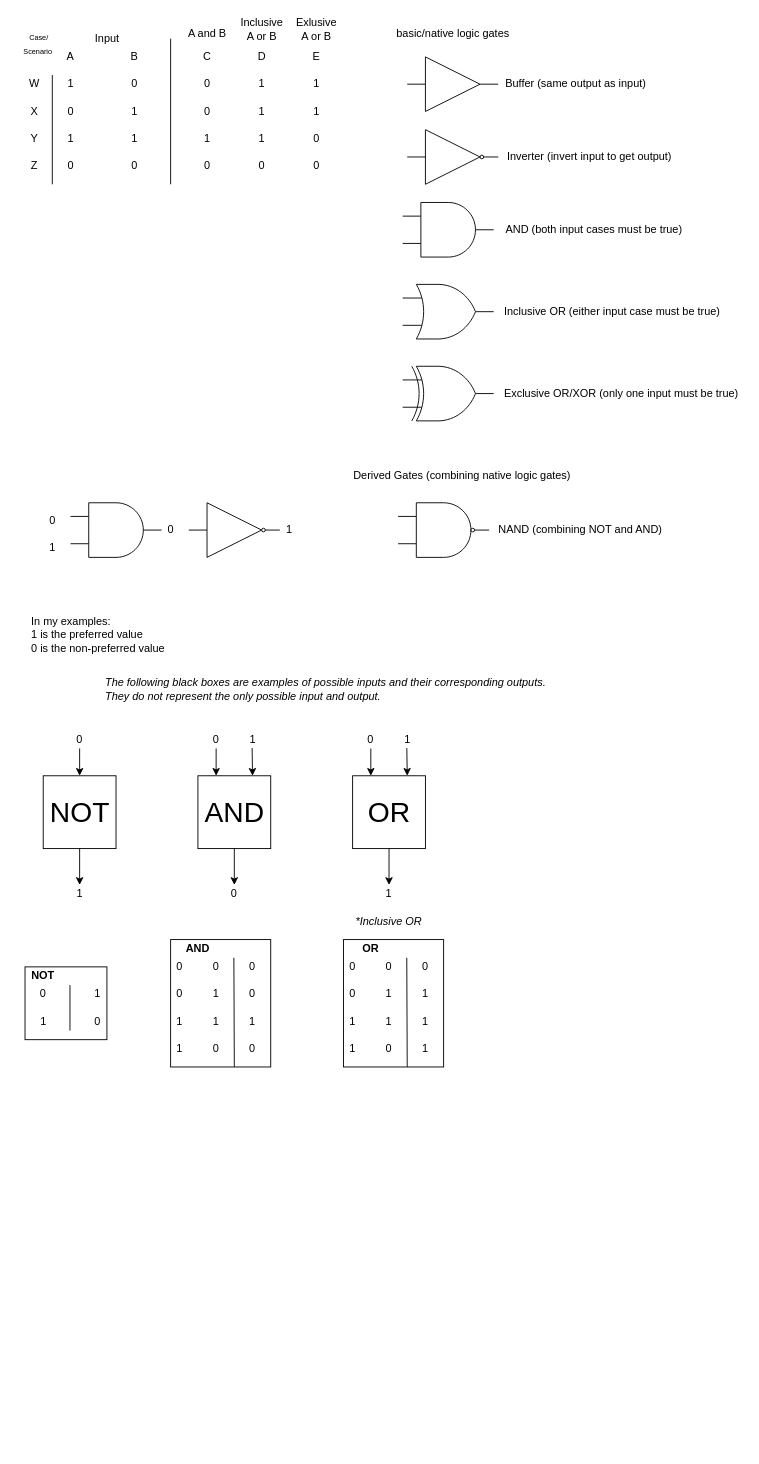
Earlier version of the draw.io diagram page "Truth Tables and Black Boxes" (1 of 2) of CSCS1200 Notes.drawio (patrick965/CSCS1200S21). Source tidied: cells renumbered, new cells numbered last; positions are measured from the earlier drawing's top-left corner, leaving out a move shared by most shapes. Both pictures are drawn from the tidied source at 91%, with x=0, y=0 at pixel (15, 15).
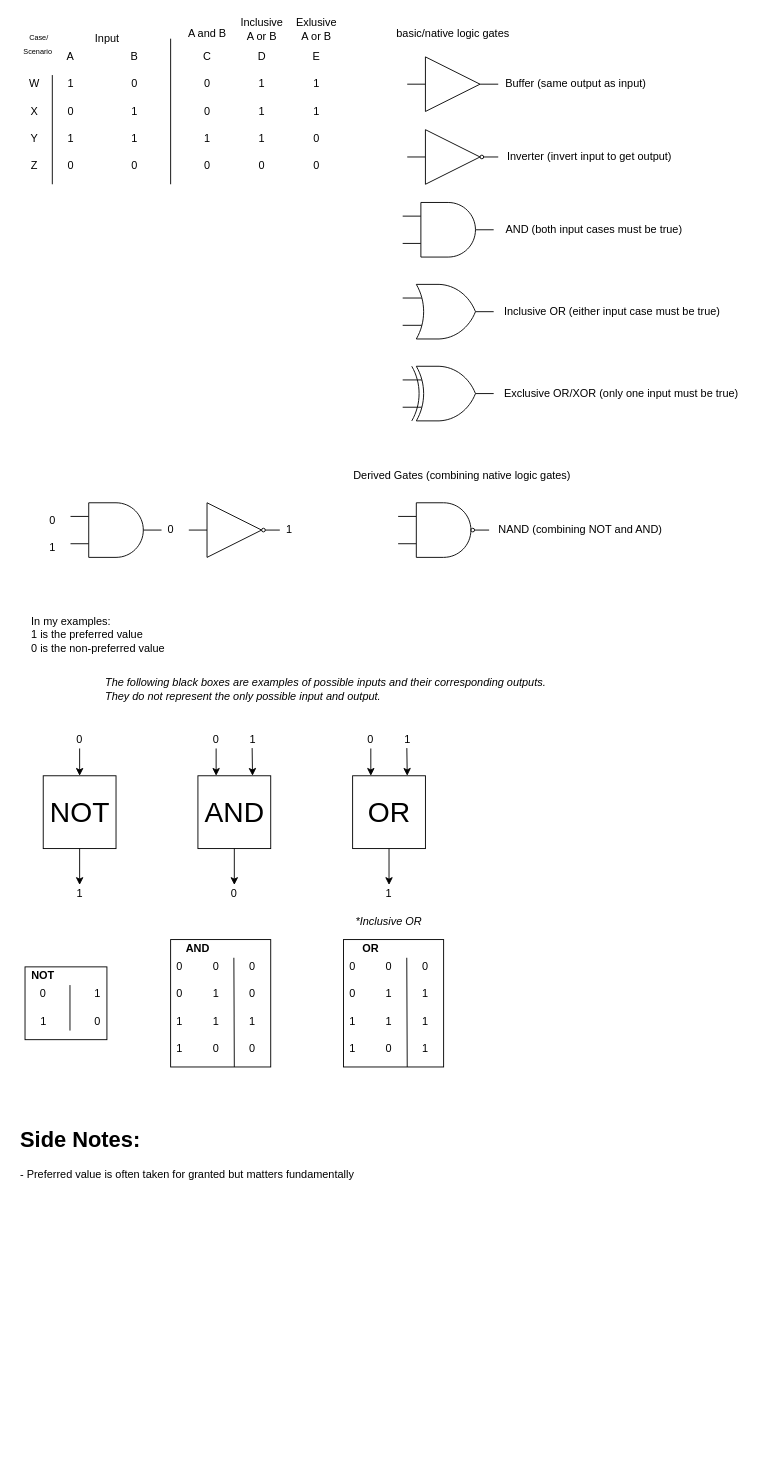
After the change.

Commit message:
Added notes for 02/15/21 Lab

What changed in the source:
```diff
@@
+    <mxCell id="120" value="&lt;h1&gt;Side Notes:&lt;/h1&gt;&lt;p&gt;- Preferred value is often taken for granted but matters fundamentally&lt;/p&gt;" style="text;html=1;strokeColor=none;fillColor=none;spacing=5;spacingTop=-20;whiteSpace=wrap;overflow=hidden;rounded=0;" parent="1" vertex="1">
+      <mxGeometry y="1215" width="480" height="360" as="geometry" />
+    </mxCell>
```
